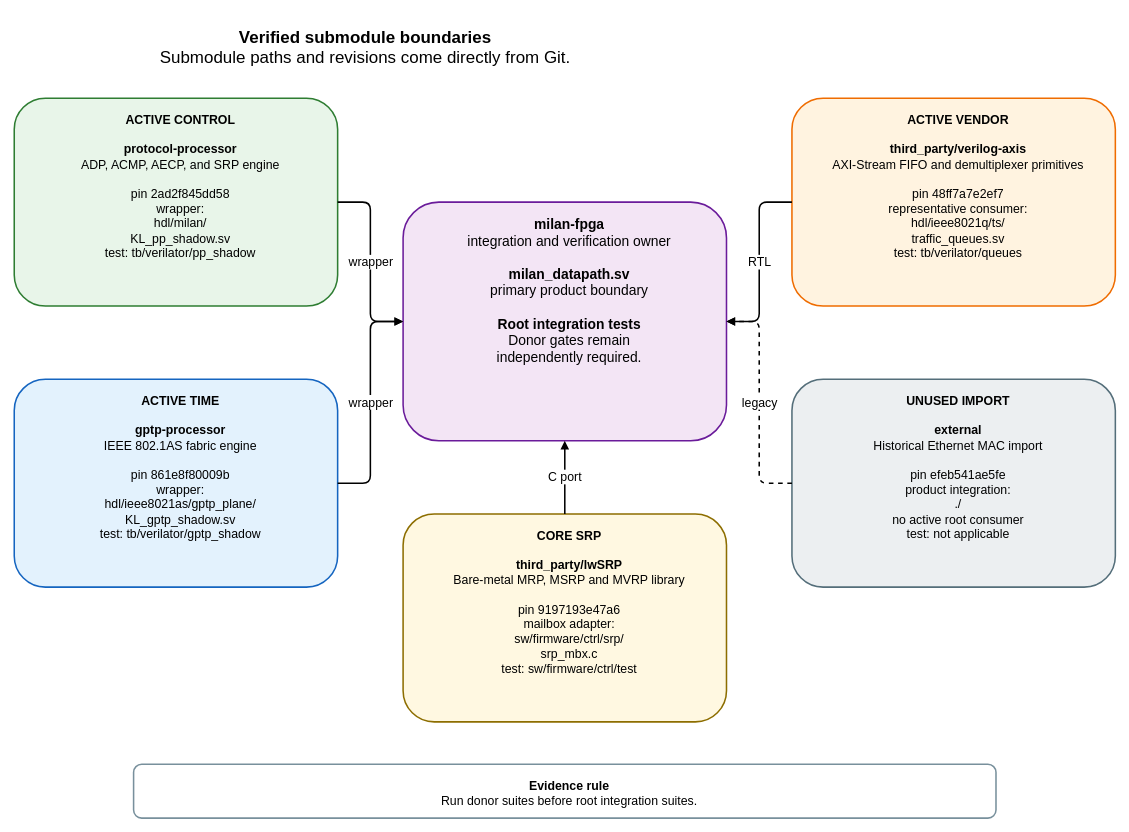
Earlier version of the draw.io diagram docs/diagrams/submodule_boundaries.drawio (kebag-logic/milan-fpga). Source tidied: cells renumbered, new cells numbered last; positions are measured from the earlier drawing's top-left corner, leaving out a move shared by most shapes. Both pictures are drawn from the tidied source at 77%, with x=0, y=0 at pixel (14, 13).
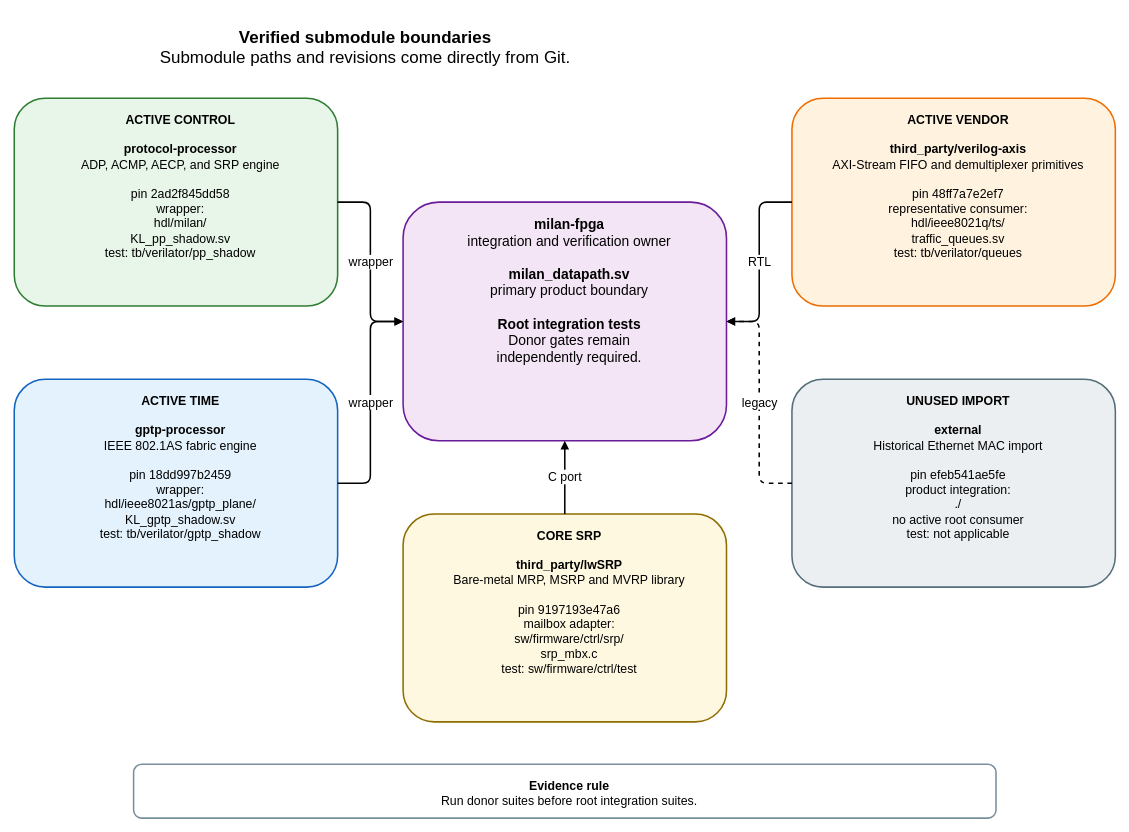
The same diagram, later.

What changed in the source:
```diff
@@
 <mxGraphModel>
   <root>
     <mxCell id="0" />
     <mxCell id="1" parent="0" />
     <mxCell id="2" value="&lt;b&gt;Verified submodule boundaries&lt;/b&gt;&lt;br&gt;Submodule paths and revisions come directly from Git." style="rounded=1;whiteSpace=wrap;html=1;verticalAlign=top;spacingTop=12;spacingLeft=12;fontSize=22;fontFamily=Helvetica;fillColor=none;strokeColor=none;strokeWidth=2;" parent="1" vertex="1">
       <mxGeometry width="900" height="65" as="geometry" />
     </mxCell>
     <mxCell id="3" value="&lt;b&gt;milan-fpga&lt;/b&gt;&lt;br&gt;integration and verification owner&lt;br&gt;&lt;br&gt;&lt;b&gt;milan_datapath.sv&lt;/b&gt;&lt;br&gt;primary product boundary&lt;br&gt;&lt;br&gt;&lt;b&gt;Root integration tests&lt;/b&gt;&lt;br&gt;Donor gates remain&lt;br&gt;independently required." style="rounded=1;whiteSpace=wrap;html=1;verticalAlign=top;spacingTop=12;spacingLeft=12;fontSize=18;fontFamily=Helvetica;fillColor=#F3E5F5;strokeColor=#6A1B9A;strokeWidth=2;" parent="1" vertex="1">
       <mxGeometry x="505" y="245" width="420" height="310" as="geometry" />
     </mxCell>
     <mxCell id="4" value="&lt;b&gt;ACTIVE CONTROL&lt;/b&gt;&lt;br&gt;&lt;br&gt;&lt;b&gt;protocol-processor&lt;/b&gt;&lt;br&gt;ADP, ACMP, AECP, and SRP engine&lt;br&gt;&lt;br&gt;pin 2ad2f845dd58&lt;br&gt;wrapper:&lt;br&gt;hdl/milan/&lt;br&gt;KL_pp_shadow.sv&lt;br&gt;test: tb/verilator/pp_shadow" style="rounded=1;whiteSpace=wrap;html=1;verticalAlign=top;spacingTop=12;spacingLeft=12;fontSize=16;fontFamily=Helvetica;fillColor=#E8F5E9;strokeColor=#2E7D32;strokeWidth=2;" parent="1" vertex="1">
       <mxGeometry y="110" width="420" height="270" as="geometry" />
     </mxCell>
-    <mxCell id="5" value="&lt;b&gt;ACTIVE TIME&lt;/b&gt;&lt;br&gt;&lt;br&gt;&lt;b&gt;gptp-processor&lt;/b&gt;&lt;br&gt;IEEE 802.1AS fabric engine&lt;br&gt;&lt;br&gt;pin 861e8f80009b&lt;br&gt;wrapper:&lt;br&gt;hdl/ieee8021as/gptp_plane/&lt;br&gt;KL_gptp_shadow.sv&lt;br&gt;test: tb/verilator/gptp_shadow" style="rounded=1;whiteSpace=wrap;html=1;verticalAlign=top;spacingTop=12;spacingLeft=12;fontSize=16;fontFamily=Helvetica;fillColor=#E3F2FD;strokeColor=#1565C0;strokeWidth=2;" parent="1" vertex="1">
+    <mxCell id="5" value="&lt;b&gt;ACTIVE TIME&lt;/b&gt;&lt;br&gt;&lt;br&gt;&lt;b&gt;gptp-processor&lt;/b&gt;&lt;br&gt;IEEE 802.1AS fabric engine&lt;br&gt;&lt;br&gt;pin 18dd997b2459&lt;br&gt;wrapper:&lt;br&gt;hdl/ieee8021as/gptp_plane/&lt;br&gt;KL_gptp_shadow.sv&lt;br&gt;test: tb/verilator/gptp_shadow" style="rounded=1;whiteSpace=wrap;html=1;verticalAlign=top;spacingTop=12;spacingLeft=12;fontSize=16;fontFamily=Helvetica;fillColor=#E3F2FD;strokeColor=#1565C0;strokeWidth=2;" parent="1" vertex="1">
       <mxGeometry y="475" width="420" height="270" as="geometry" />
     </mxCell>
     <mxCell id="6" value="&lt;b&gt;ACTIVE VENDOR&lt;/b&gt;&lt;br&gt;&lt;br&gt;&lt;b&gt;third_party/verilog-axis&lt;/b&gt;&lt;br&gt;AXI-Stream FIFO and demultiplexer primitives&lt;br&gt;&lt;br&gt;pin 48ff7a7e2ef7&lt;br&gt;representative consumer:&lt;br&gt;hdl/ieee8021q/ts/&lt;br&gt;traffic_queues.sv&lt;br&gt;test: tb/verilator/queues" style="rounded=1;whiteSpace=wrap;html=1;verticalAlign=top;spacingTop=12;spacingLeft=12;fontSize=16;fontFamily=Helvetica;fillColor=#FFF3E0;strokeColor=#EF6C00;strokeWidth=2;" parent="1" vertex="1">
       <mxGeometry x="1010" y="110" width="420" height="270" as="geometry" />
     </mxCell>
     <mxCell id="7" value="&lt;b&gt;UNUSED IMPORT&lt;/b&gt;&lt;br&gt;&lt;br&gt;&lt;b&gt;external&lt;/b&gt;&lt;br&gt;Historical Ethernet MAC import&lt;br&gt;&lt;br&gt;pin efeb541ae5fe&lt;br&gt;product integration:&lt;br&gt;./&lt;br&gt;no active root consumer&lt;br&gt;test: not applicable" style="rounded=1;whiteSpace=wrap;html=1;verticalAlign=top;spacingTop=12;spacingLeft=12;fontSize=16;fontFamily=Helvetica;fillColor=#ECEFF1;strokeColor=#546E7A;strokeWidth=2;" parent="1" vertex="1">
       <mxGeometry x="1010" y="475" width="420" height="270" as="geometry" />
     </mxCell>
     <mxCell id="8" value="&lt;b&gt;CORE SRP&lt;/b&gt;&lt;br&gt;&lt;br&gt;&lt;b&gt;third_party/lwSRP&lt;/b&gt;&lt;br&gt;Bare-metal MRP, MSRP and MVRP library&lt;br&gt;&lt;br&gt;pin 9197193e47a6&lt;br&gt;mailbox adapter:&lt;br&gt;sw/firmware/ctrl/srp/&lt;br&gt;srp_mbx.c&lt;br&gt;test: sw/firmware/ctrl/test" style="rounded=1;whiteSpace=wrap;html=1;verticalAlign=top;spacingTop=12;spacingLeft=12;fontSize=16;fontFamily=Helvetica;fillColor=#FFF8E1;strokeColor=#8D6E00;strokeWidth=2;" parent="1" vertex="1">
       <mxGeometry x="505" y="650" width="420" height="270" as="geometry" />
     </mxCell>
     <mxCell id="9" value="wrapper" style="edgeStyle=orthogonalEdgeStyle;rounded=1;jettySize=auto;html=1;endArrow=block;endFill=1;strokeWidth=2;fontSize=16;fontFamily=Helvetica;labelBackgroundColor=#FFFFFF;" parent="1" edge="1" source="4" target="3">
       <mxGeometry relative="1" as="geometry" />
     </mxCell>
     <mxCell id="10" value="wrapper" style="edgeStyle=orthogonalEdgeStyle;rounded=1;jettySize=auto;html=1;endArrow=block;endFill=1;strokeWidth=2;fontSize=16;fontFamily=Helvetica;labelBackgroundColor=#FFFFFF;" parent="1" edge="1" source="5" target="3">
       <mxGeometry relative="1" as="geometry" />
     </mxCell>
     <mxCell id="11" value="RTL" style="edgeStyle=orthogonalEdgeStyle;rounded=1;jettySize=auto;html=1;endArrow=block;endFill=1;strokeWidth=2;fontSize=16;fontFamily=Helvetica;labelBackgroundColor=#FFFFFF;" parent="1" edge="1" source="6" target="3">
       <mxGeometry relative="1" as="geometry" />
     </mxCell>
     <mxCell id="12" value="legacy" style="edgeStyle=orthogonalEdgeStyle;rounded=1;jettySize=auto;html=1;endArrow=block;endFill=1;strokeWidth=2;fontSize=16;fontFamily=Helvetica;labelBackgroundColor=#FFFFFF;dashed=1;" parent="1" edge="1" source="7" target="3">
       <mxGeometry relative="1" as="geometry" />
     </mxCell>
     <mxCell id="13" value="C port" style="edgeStyle=orthogonalEdgeStyle;rounded=1;jettySize=auto;html=1;endArrow=block;endFill=1;strokeWidth=2;fontSize=16;fontFamily=Helvetica;labelBackgroundColor=#FFFFFF;" parent="1" edge="1" source="8" target="3">
       <mxGeometry relative="1" as="geometry" />
     </mxCell>
     <mxCell id="14" value="&lt;b&gt;Evidence rule&lt;/b&gt;&lt;br&gt;Run donor suites before root integration suites." style="rounded=1;whiteSpace=wrap;html=1;verticalAlign=top;spacingTop=12;spacingLeft=12;fontSize=16;fontFamily=Helvetica;fillColor=#FFFFFF;strokeColor=#78909C;strokeWidth=2;" parent="1" vertex="1">
       <mxGeometry x="155" y="975" width="1120" height="70" as="geometry" />
     </mxCell>
   </root>
 </mxGraphModel>
```
